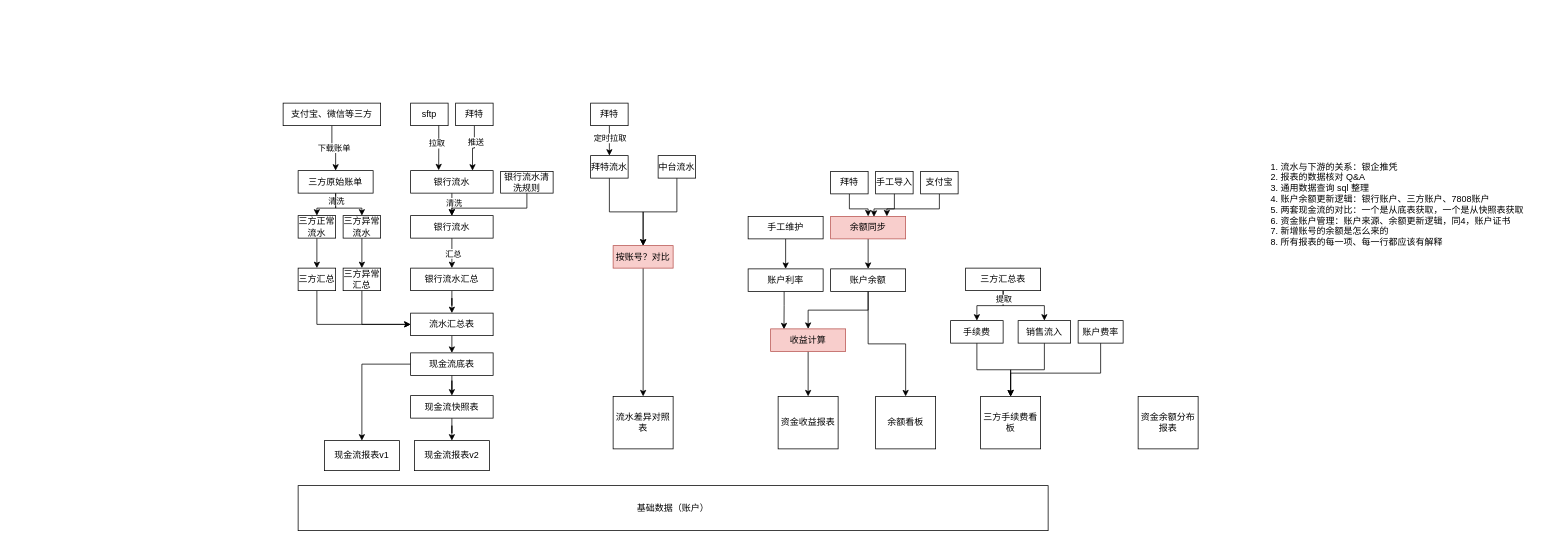
Above: page "银行总体概况" (2 of 5) of 流程图/work_bankFlow.drawio in 491705331/personal-notes (draw.io), before the change. Source tidied: cells renumbered, new cells numbered last; positions are measured from the earlier drawing's top-left corner, leaving out a move shared by most shapes. Both pictures are drawn from the tidied source at 75%, with x=0, y=0 at pixel (283, 103).
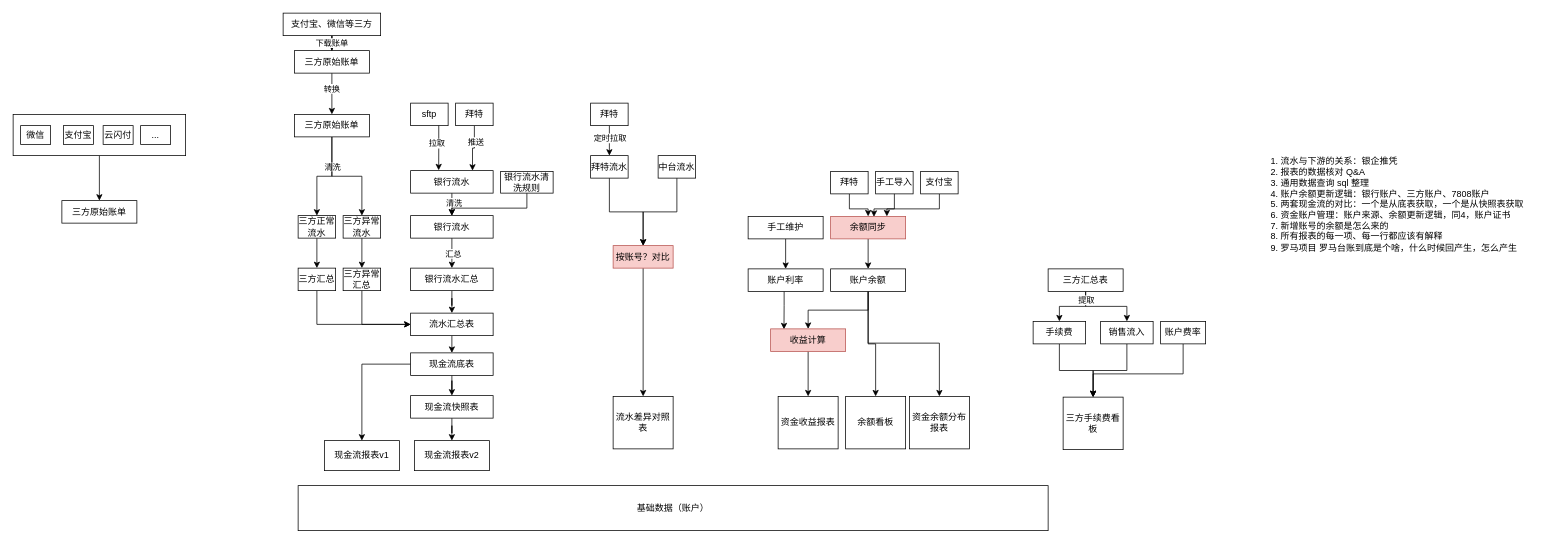
Above is the later version.

Unchanged cells that the change refers to:
```xml
<mxCell id="9" value="账户余额" style="rounded=0;whiteSpace=wrap;html=1;" parent="1" vertex="1">
  <mxGeometry x="730" y="221" width="100" height="30" as="geometry" />
</mxCell>
<mxCell id="40" value="三方正常流水" style="rounded=0;whiteSpace=wrap;html=1;" parent="1" vertex="1">
  <mxGeometry x="20" y="150" width="50" height="30" as="geometry" />
</mxCell>
<mxCell id="47" value="三方异常流水" style="rounded=0;whiteSpace=wrap;html=1;" parent="1" vertex="1">
  <mxGeometry x="80" y="150" width="50" height="30" as="geometry" />
</mxCell>
```

Diff of the diagram source:
```diff
@@
     <mxCell id="5" value="余额看板" style="rounded=0;whiteSpace=wrap;html=1;" parent="1" vertex="1">
-      <mxGeometry x="790" y="391" width="80" height="70" as="geometry" />
+      <mxGeometry x="750" y="391" width="80" height="70" as="geometry" />
     </mxCell>
     <mxCell id="6" value="三方手续费看板" style="rounded=0;whiteSpace=wrap;html=1;" parent="1" vertex="1">
-      <mxGeometry x="930" y="391" width="80" height="70" as="geometry" />
+      <mxGeometry x="1040" y="392" width="80" height="70" as="geometry" />
     </mxCell>
@@
+    <mxCell id="84" style="edgeStyle=orthogonalEdgeStyle;rounded=0;jettySize=auto;html=1;entryX=0.5;entryY=0;entryDx=0;entryDy=0;" parent="1" edge="1" source="9" target="83">
+      <mxGeometry relative="1" as="geometry">
+        <Array as="points">
+          <mxPoint x="780" y="320" />
+          <mxPoint x="875" y="320" />
+        </Array>
+      </mxGeometry>
+    </mxCell>
@@
-    <mxCell id="15" style="edgeStyle=orthogonalEdgeStyle;rounded=0;jettySize=auto;html=1;" parent="1" edge="1" source="18" target="40">
+    <mxCell id="15" style="edgeStyle=orthogonalEdgeStyle;rounded=0;jettySize=auto;html=1;exitX=0.5;exitY=1;exitDx=0;exitDy=0;" parent="1" edge="1" source="94" target="40">
       <mxGeometry relative="1" as="geometry" />
     </mxCell>
     <mxCell id="16" value="清洗" style="edgeLabel;html=1;align=center;verticalAlign=middle;" parent="15" vertex="1">
       <mxGeometry x="0.1" y="-1" relative="1" as="geometry">
-        <mxPoint x="10" y="-9" as="offset" />
+        <mxPoint x="17" y="-12" as="offset" />
       </mxGeometry>
     </mxCell>
-    <mxCell id="17" style="edgeStyle=orthogonalEdgeStyle;rounded=0;jettySize=auto;html=1;entryX=0.5;entryY=0;entryDx=0;entryDy=0;" parent="1" edge="1" source="18" target="47">
+    <mxCell id="17" style="edgeStyle=orthogonalEdgeStyle;rounded=0;jettySize=auto;html=1;entryX=0.5;entryY=0;entryDx=0;entryDy=0;exitX=0.5;exitY=1;exitDx=0;exitDy=0;" parent="1" edge="1" source="94" target="47">
       <mxGeometry relative="1" as="geometry" />
     </mxCell>
+    <mxCell id="85" style="edgeStyle=orthogonalEdgeStyle;rounded=0;jettySize=auto;html=1;" parent="1" edge="1" source="18" target="94">
+      <mxGeometry relative="1" as="geometry" />
+    </mxCell>
+    <mxCell id="86" value="转换" style="edgeLabel;html=1;align=center;verticalAlign=middle;" parent="85" vertex="1">
+      <mxGeometry x="-0.28" y="-1" relative="1" as="geometry" />
+    </mxCell>
     <mxCell id="18" value="三方原始账单" style="rounded=0;whiteSpace=wrap;html=1;" parent="1" vertex="1">
-      <mxGeometry x="20" y="90" width="100" height="30" as="geometry" />
+      <mxGeometry x="15" y="-70" width="100" height="30" as="geometry" />
     </mxCell>
@@
     <mxCell id="38" value="支付宝、微信等三方" style="rounded=0;whiteSpace=wrap;html=1;" parent="1" vertex="1">
-      <mxGeometry width="130" height="30" as="geometry" />
+      <mxGeometry y="-120" width="130" height="30" as="geometry" />
     </mxCell>
@@
     <mxCell id="70" value="三方汇总表" style="rounded=0;whiteSpace=wrap;html=1;" parent="1" vertex="1">
-      <mxGeometry x="910" y="220" width="100" height="30" as="geometry" />
+      <mxGeometry x="1020" y="221" width="100" height="30" as="geometry" />
     </mxCell>
@@
     <mxCell id="72" value="手续费" style="rounded=0;whiteSpace=wrap;html=1;" parent="1" vertex="1">
-      <mxGeometry x="890" y="290" width="70" height="30" as="geometry" />
+      <mxGeometry x="1000" y="291" width="70" height="30" as="geometry" />
     </mxCell>
@@
     <mxCell id="74" value="销售流入" style="rounded=0;whiteSpace=wrap;html=1;" parent="1" vertex="1">
-      <mxGeometry x="980" y="290" width="70" height="30" as="geometry" />
+      <mxGeometry x="1090" y="291" width="70" height="30" as="geometry" />
     </mxCell>
     <mxCell id="75" style="edgeStyle=orthogonalEdgeStyle;rounded=0;jettySize=auto;html=1;entryX=0.5;entryY=0;entryDx=0;entryDy=0;" parent="1" edge="1" source="76" target="6">
       <mxGeometry relative="1" as="geometry">
         <Array as="points">
-          <mxPoint x="1090" y="360" />
-          <mxPoint x="970" y="360" />
+          <mxPoint x="1200" y="361" />
+          <mxPoint x="1080" y="361" />
         </Array>
       </mxGeometry>
     </mxCell>
     <mxCell id="76" value="账户费率" style="rounded=0;whiteSpace=wrap;html=1;" parent="1" vertex="1">
-      <mxGeometry x="1060" y="290" width="60" height="30" as="geometry" />
+      <mxGeometry x="1170" y="291" width="60" height="30" as="geometry" />
     </mxCell>
@@
-    <mxCell id="79" value="1. 流水与下游的关系：银企推凭&lt;div&gt;2. 报表的数据核对 Q&amp;amp;A&lt;/div&gt;&lt;div&gt;3. 通用数据查询 sql 整理&lt;/div&gt;&lt;div&gt;4. 账户余额更新逻辑：银行账户、三方账户、7808账户&lt;/div&gt;&lt;div&gt;5. 两套现金流的对比：一个是从底表获取，一个是从快照表获取&lt;/div&gt;&lt;div&gt;6. 资金账户管理：账户来源、余额更新逻辑，同4，账户证书&lt;/div&gt;&lt;div&gt;7. 新增账号的余额是怎么来的&lt;/div&gt;&lt;div&gt;8. 所有报表的每一项、每一行都应该有解释&lt;/div&gt;" style="text;html=1;align=left;verticalAlign=middle;strokeColor=none;fillColor=none;" parent="1" vertex="1">
-      <mxGeometry x="1315" y="70" width="360" height="130" as="geometry" />
+    <mxCell id="79" value="1. 流水与下游的关系：银企推凭&lt;div&gt;2. 报表的数据核对 Q&amp;amp;A&lt;/div&gt;&lt;div&gt;3. 通用数据查询 sql 整理&lt;/div&gt;&lt;div&gt;4. 账户余额更新逻辑：银行账户、三方账户、7808账户&lt;/div&gt;&lt;div&gt;5. 两套现金流的对比：一个是从底表获取，一个是从快照表获取&lt;/div&gt;&lt;div&gt;6. 资金账户管理：账户来源、余额更新逻辑，同4，账户证书&lt;/div&gt;&lt;div&gt;7. 新增账号的余额是怎么来的&lt;/div&gt;&lt;div&gt;8. 所有报表的每一项、每一行都应该有解释&lt;/div&gt;&lt;div&gt;9. 罗马项目 罗马台账到底是个啥，什么时候回产生，怎么产生&lt;/div&gt;" style="text;html=1;align=left;verticalAlign=middle;strokeColor=none;fillColor=none;" parent="1" vertex="1">
+      <mxGeometry x="1315" y="65" width="360" height="140" as="geometry" />
     </mxCell>
@@
     <mxCell id="83" value="资金余额分布报表" style="rounded=0;whiteSpace=wrap;html=1;" parent="1" vertex="1">
-      <mxGeometry x="1140" y="391" width="80" height="70" as="geometry" />
+      <mxGeometry x="835" y="391" width="80" height="70" as="geometry" />
     </mxCell>
+    <mxCell id="87" style="edgeStyle=orthogonalEdgeStyle;rounded=0;jettySize=auto;html=1;" parent="1" edge="1" source="88" target="93">
+      <mxGeometry relative="1" as="geometry" />
+    </mxCell>
+    <mxCell id="88" style="rounded=0;whiteSpace=wrap;html=1;" parent="1" vertex="1">
+      <mxGeometry x="-360" y="15" width="230" height="55" as="geometry" />
+    </mxCell>
+    <mxCell id="89" value="微信" style="rounded=0;whiteSpace=wrap;html=1;" parent="1" vertex="1">
+      <mxGeometry x="-350" y="30" width="40" height="25" as="geometry" />
+    </mxCell>
+    <mxCell id="90" value="支付宝" style="rounded=0;whiteSpace=wrap;html=1;" parent="1" vertex="1">
+      <mxGeometry x="-293" y="30" width="40" height="25" as="geometry" />
+    </mxCell>
+    <mxCell id="91" value="云闪付" style="rounded=0;whiteSpace=wrap;html=1;" parent="1" vertex="1">
+      <mxGeometry x="-240" y="30" width="40" height="25" as="geometry" />
+    </mxCell>
+    <mxCell id="92" value="..." style="rounded=0;whiteSpace=wrap;html=1;" parent="1" vertex="1">
+      <mxGeometry x="-190" y="30" width="40" height="25" as="geometry" />
+    </mxCell>
+    <mxCell id="93" value="三方原始账单" style="rounded=0;whiteSpace=wrap;html=1;" parent="1" vertex="1">
+      <mxGeometry x="-295" y="130" width="100" height="30" as="geometry" />
+    </mxCell>
+    <mxCell id="94" value="三方原始账单" style="rounded=0;whiteSpace=wrap;html=1;" parent="1" vertex="1">
+      <mxGeometry x="15" y="15" width="100" height="30" as="geometry" />
+    </mxCell>
```
